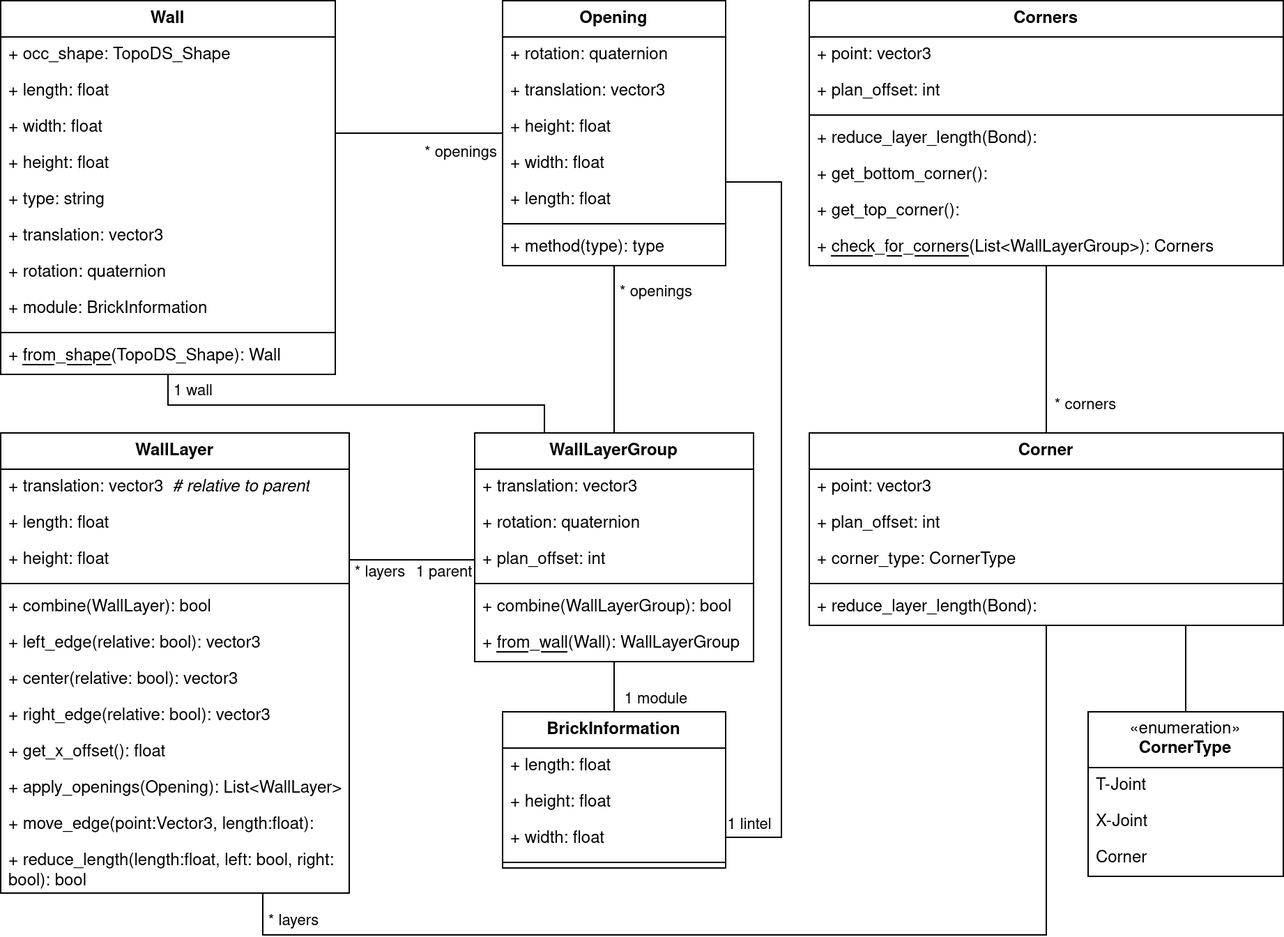
Above: txt/fig/klassendiagramm_corners.drawio.png in rossizero/masterarbeit (draw.io), before the change. Source tidied: cells renumbered, new cells last; positions are measured from the earlier drawing's top-left corner, leaving out a move shared by most shapes.
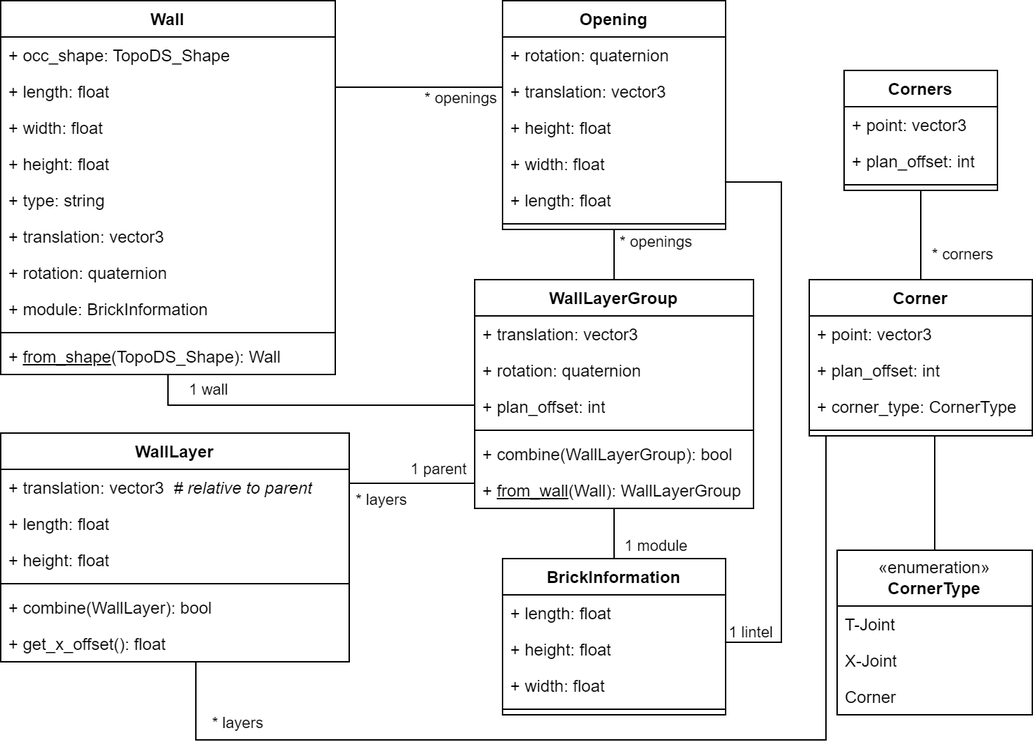
The same diagram one commit later.

Diff of the diagram source:
```diff
@@ -35,34 +35,29 @@
     <mxCell id="12" value="+ &lt;u&gt;from_shape&lt;/u&gt;(TopoDS_Shape): Wall" style="text;strokeColor=none;fillColor=none;align=left;verticalAlign=top;spacingLeft=4;spacingRight=4;overflow=hidden;whiteSpace=wrap;html=1;" parent="2" vertex="1">
       <mxGeometry y="242" width="240" height="26" as="geometry" />
     </mxCell>
-    <mxCell id="13" style="edgeStyle=orthogonalEdgeStyle;rounded=0;jettySize=auto;html=1;exitX=0.5;exitY=0;exitDx=0;exitDy=0;endArrow=none;endFill=0;" parent="1" edge="1" source="17" target="39">
-      <mxGeometry relative="1" as="geometry">
-        <Array as="points">
-          <mxPoint x="440" y="270" />
-          <mxPoint x="440" y="270" />
-        </Array>
-      </mxGeometry>
+    <mxCell id="13" style="edgeStyle=orthogonalEdgeStyle;rounded=0;jettySize=auto;html=1;endArrow=none;endFill=0;" parent="1" edge="1" source="17" target="39">
+      <mxGeometry relative="1" as="geometry" />
     </mxCell>
     <mxCell id="14" value="* openings" style="edgeLabel;html=1;align=center;verticalAlign=middle;" parent="13" vertex="1">
       <mxGeometry x="0.56" relative="1" as="geometry">
-        <mxPoint x="30" y="-8" as="offset" />
+        <mxPoint x="30" y="-1" as="offset" />
       </mxGeometry>
     </mxCell>
-    <mxCell id="15" style="edgeStyle=orthogonalEdgeStyle;rounded=0;jettySize=auto;html=1;exitX=0.25;exitY=0;exitDx=0;exitDy=0;entryX=0.5;entryY=1;entryDx=0;entryDy=0;endArrow=none;endFill=0;" parent="1" edge="1" source="17" target="2">
+    <mxCell id="15" style="edgeStyle=orthogonalEdgeStyle;rounded=0;jettySize=auto;html=1;exitX=0;exitY=0.5;exitDx=0;exitDy=0;entryX=0.5;entryY=1;entryDx=0;entryDy=0;endArrow=none;endFill=0;" parent="1" edge="1" source="19" target="2">
       <mxGeometry relative="1" as="geometry">
         <Array as="points">
-          <mxPoint x="390" y="290" />
+          <mxPoint x="340" y="290" />
           <mxPoint x="120" y="290" />
         </Array>
       </mxGeometry>
     </mxCell>
     <mxCell id="16" value="1 wall" style="edgeLabel;html=1;align=center;verticalAlign=middle;" parent="15" vertex="1">
       <mxGeometry x="0.29" y="-2" relative="1" as="geometry">
-        <mxPoint x="-72" y="-8" as="offset" />
+        <mxPoint x="-45" y="-9" as="offset" />
       </mxGeometry>
     </mxCell>
     <mxCell id="17" value="&lt;div&gt;WallLayerGroup&lt;/div&gt;" style="swimlane;fontStyle=1;align=center;verticalAlign=top;horizontal=1;startSize=26;whiteSpace=wrap;html=1;" parent="1" vertex="1">
-      <mxGeometry x="340" y="310" width="200" height="164" as="geometry" />
+      <mxGeometry x="340" y="200" width="200" height="164" as="geometry" />
     </mxCell>
     <mxCell id="18" value="+ translation: vector3" style="text;strokeColor=none;fillColor=none;align=left;verticalAlign=top;spacingLeft=4;spacingRight=4;overflow=hidden;whiteSpace=wrap;html=1;" parent="17" vertex="1">
       <mxGeometry y="26" width="200" height="26" as="geometry" />
@@ -83,7 +78,7 @@
       <mxGeometry y="138" width="200" height="26" as="geometry" />
     </mxCell>
     <mxCell id="24" value="WallLayer" style="swimlane;fontStyle=1;align=center;verticalAlign=top;horizontal=1;startSize=26;whiteSpace=wrap;html=1;" parent="1" vertex="1">
-      <mxGeometry y="310" width="250" height="330" as="geometry" />
+      <mxGeometry y="310" width="250" height="164" as="geometry" />
     </mxCell>
     <mxCell id="25" value="&lt;div&gt;+ translation: vector3&amp;nbsp; &lt;i&gt;# relative to parent&lt;/i&gt;&lt;br&gt;&lt;/div&gt;" style="text;strokeColor=none;fillColor=none;align=left;verticalAlign=top;spacingLeft=4;spacingRight=4;overflow=hidden;whiteSpace=wrap;html=1;" parent="24" vertex="1">
       <mxGeometry y="26" width="250" height="26" as="geometry" />
@@ -100,45 +95,25 @@
     <mxCell id="29" value="+ combine(WallLayer): bool" style="text;strokeColor=none;fillColor=none;align=left;verticalAlign=top;spacingLeft=4;spacingRight=4;overflow=hidden;whiteSpace=wrap;html=1;" parent="24" vertex="1">
       <mxGeometry y="112" width="250" height="26" as="geometry" />
     </mxCell>
-    <mxCell id="30" value="+ left_edge(relative: bool): vector3" style="text;strokeColor=none;fillColor=none;align=left;verticalAlign=top;spacingLeft=4;spacingRight=4;overflow=hidden;whiteSpace=wrap;html=1;" parent="24" vertex="1">
-      <mxGeometry y="138" width="250" height="26" as="geometry" />
-    </mxCell>
-    <mxCell id="31" value="+ center(relative: bool): vector3" style="text;strokeColor=none;fillColor=none;align=left;verticalAlign=top;spacingLeft=4;spacingRight=4;overflow=hidden;whiteSpace=wrap;html=1;" parent="24" vertex="1">
-      <mxGeometry y="164" width="250" height="26" as="geometry" />
-    </mxCell>
-    <mxCell id="32" value="+ right_edge(relative: bool): vector3" style="text;strokeColor=none;fillColor=none;align=left;verticalAlign=top;spacingLeft=4;spacingRight=4;overflow=hidden;whiteSpace=wrap;html=1;" parent="24" vertex="1">
-      <mxGeometry y="190" width="250" height="26" as="geometry" />
-    </mxCell>
     <mxCell id="33" value="+ get_x_offset(): float" style="text;strokeColor=none;fillColor=none;align=left;verticalAlign=top;spacingLeft=4;spacingRight=4;overflow=hidden;whiteSpace=wrap;html=1;" parent="24" vertex="1">
-      <mxGeometry y="216" width="250" height="26" as="geometry" />
+      <mxGeometry y="138" width="250" height="26" as="geometry" />
     </mxCell>
-    <mxCell id="34" value="+ apply_openings(Opening): List&amp;lt;WallLayer&amp;gt;" style="text;strokeColor=none;fillColor=none;align=left;verticalAlign=top;spacingLeft=4;spacingRight=4;overflow=hidden;whiteSpace=wrap;html=1;" parent="24" vertex="1">
-      <mxGeometry y="242" width="250" height="26" as="geometry" />
-    </mxCell>
-    <mxCell id="35" value="+ move_edge(point:Vector3, length:float): " style="text;strokeColor=none;fillColor=none;align=left;verticalAlign=top;spacingLeft=4;spacingRight=4;overflow=hidden;whiteSpace=wrap;html=1;" parent="24" vertex="1">
-      <mxGeometry y="268" width="250" height="26" as="geometry" />
-    </mxCell>
-    <mxCell id="36" value="+ reduce_length(length:float, left: bool, right: bool): bool" style="text;strokeColor=none;fillColor=none;align=left;verticalAlign=top;spacingLeft=4;spacingRight=4;overflow=hidden;whiteSpace=wrap;html=1;" parent="24" vertex="1">
-      <mxGeometry y="294" width="250" height="36" as="geometry" />
-    </mxCell>
-    <mxCell id="37" style="edgeStyle=orthogonalEdgeStyle;rounded=0;jettySize=auto;html=1;entryX=1;entryY=0.5;entryDx=0;entryDy=0;exitX=1;exitY=0.5;exitDx=0;exitDy=0;endArrow=none;endFill=0;" parent="1" edge="1" source="42">
+    <mxCell id="37" style="edgeStyle=orthogonalEdgeStyle;rounded=0;jettySize=auto;html=1;exitX=1;exitY=0.5;exitDx=0;exitDy=0;endArrow=none;endFill=0;" parent="1" edge="1" source="42" target="55">
       <mxGeometry relative="1" as="geometry">
-        <mxPoint x="520" y="549" as="targetPoint" />
         <Array as="points">
           <mxPoint x="520" y="130" />
           <mxPoint x="560" y="130" />
-          <mxPoint x="560" y="600" />
-          <mxPoint x="520" y="600" />
+          <mxPoint x="560" y="460" />
         </Array>
       </mxGeometry>
     </mxCell>
     <mxCell id="38" value="1 lintel" style="edgeLabel;html=1;align=center;verticalAlign=middle;" parent="37" vertex="1">
       <mxGeometry x="0.58" y="1" relative="1" as="geometry">
-        <mxPoint x="-24" y="33" as="offset" />
+        <mxPoint x="-23" y="46" as="offset" />
       </mxGeometry>
     </mxCell>
     <mxCell id="39" value="Opening" style="swimlane;fontStyle=1;align=center;verticalAlign=top;horizontal=1;startSize=26;whiteSpace=wrap;html=1;" parent="1" vertex="1">
-      <mxGeometry x="360" width="160" height="190" as="geometry" />
+      <mxGeometry x="360" width="160" height="164" as="geometry" />
     </mxCell>
     <mxCell id="40" value="+ rotation: quaternion" style="text;strokeColor=none;fillColor=none;align=left;verticalAlign=top;spacingLeft=4;spacingRight=4;overflow=hidden;whiteSpace=wrap;html=1;" parent="39" vertex="1">
       <mxGeometry y="26" width="160" height="26" as="geometry" />
@@ -158,45 +133,41 @@
     <mxCell id="45" style="line;strokeWidth=1;fillColor=none;align=left;verticalAlign=middle;spacingTop=-1;spacingLeft=3;spacingRight=3;labelPosition=right;strokeColor=inherit;" parent="39" vertex="1">
       <mxGeometry y="156" width="160" height="8" as="geometry" />
     </mxCell>
-    <mxCell id="46" value="+ method(type): type" style="text;strokeColor=none;fillColor=none;align=left;verticalAlign=top;spacingLeft=4;spacingRight=4;overflow=hidden;whiteSpace=wrap;html=1;" parent="39" vertex="1">
-      <mxGeometry y="164" width="160" height="26" as="geometry" />
-    </mxCell>
-    <mxCell id="47" style="edgeStyle=orthogonalEdgeStyle;rounded=0;jettySize=auto;html=1;endArrow=none;endFill=0;" parent="1" edge="1" source="49" target="24">
+    <mxCell id="47" style="edgeStyle=orthogonalEdgeStyle;rounded=0;orthogonalLoop=1;jettySize=auto;html=1;endArrow=none;endFill=0;" parent="1" edge="1">
       <mxGeometry relative="1" as="geometry">
+        <mxPoint x="592" y="312" as="sourcePoint" />
+        <mxPoint x="140" y="474" as="targetPoint" />
         <Array as="points">
-          <mxPoint x="750" y="670" />
-          <mxPoint x="188" y="670" />
+          <mxPoint x="592" y="530" />
+          <mxPoint x="140" y="530" />
         </Array>
       </mxGeometry>
     </mxCell>
     <mxCell id="48" style="edgeStyle=orthogonalEdgeStyle;rounded=0;jettySize=auto;html=1;endArrow=none;endFill=0;" parent="1" edge="1" source="49" target="76">
       <mxGeometry relative="1" as="geometry">
         <Array as="points">
-          <mxPoint x="850" y="470" />
-          <mxPoint x="850" y="470" />
+          <mxPoint x="670" y="340" />
+          <mxPoint x="670" y="340" />
         </Array>
       </mxGeometry>
     </mxCell>
     <mxCell id="49" value="Corner" style="swimlane;fontStyle=1;align=center;verticalAlign=top;horizontal=1;startSize=26;whiteSpace=wrap;html=1;" parent="1" vertex="1">
-      <mxGeometry x="580" y="310" width="340" height="138" as="geometry" />
+      <mxGeometry x="580" y="200" width="160" height="112" as="geometry" />
     </mxCell>
     <mxCell id="50" value="+ point: vector3" style="text;strokeColor=none;fillColor=none;align=left;verticalAlign=top;spacingLeft=4;spacingRight=4;overflow=hidden;whiteSpace=wrap;html=1;" parent="49" vertex="1">
-      <mxGeometry y="26" width="340" height="26" as="geometry" />
+      <mxGeometry y="26" width="160" height="26" as="geometry" />
     </mxCell>
     <mxCell id="51" value="+ plan_offset: int" style="text;strokeColor=none;fillColor=none;align=left;verticalAlign=top;spacingLeft=4;spacingRight=4;overflow=hidden;whiteSpace=wrap;html=1;" parent="49" vertex="1">
-      <mxGeometry y="52" width="340" height="26" as="geometry" />
+      <mxGeometry y="52" width="160" height="26" as="geometry" />
     </mxCell>
     <mxCell id="52" value="+ corner_type: CornerType" style="text;strokeColor=none;fillColor=none;align=left;verticalAlign=top;spacingLeft=4;spacingRight=4;overflow=hidden;whiteSpace=wrap;html=1;" parent="49" vertex="1">
-      <mxGeometry y="78" width="340" height="26" as="geometry" />
+      <mxGeometry y="78" width="160" height="26" as="geometry" />
     </mxCell>
     <mxCell id="53" style="line;strokeWidth=1;fillColor=none;align=left;verticalAlign=middle;spacingTop=-1;spacingLeft=3;spacingRight=3;labelPosition=right;strokeColor=inherit;" parent="49" vertex="1">
-      <mxGeometry y="104" width="340" height="8" as="geometry" />
+      <mxGeometry y="104" width="160" height="8" as="geometry" />
     </mxCell>
-    <mxCell id="54" value="+ reduce_layer_length(Bond):" style="text;strokeColor=none;fillColor=none;align=left;verticalAlign=top;spacingLeft=4;spacingRight=4;overflow=hidden;whiteSpace=wrap;html=1;" parent="49" vertex="1">
-      <mxGeometry y="112" width="340" height="26" as="geometry" />
-    </mxCell>
     <mxCell id="55" value="BrickInformation" style="swimlane;fontStyle=1;align=center;verticalAlign=top;horizontal=1;startSize=26;whiteSpace=wrap;html=1;" parent="1" vertex="1">
-      <mxGeometry x="360" y="510" width="160" height="112" as="geometry" />
+      <mxGeometry x="360" y="400" width="160" height="112" as="geometry" />
     </mxCell>
     <mxCell id="56" value="+ length: float" style="text;strokeColor=none;fillColor=none;align=left;verticalAlign=top;spacingLeft=4;spacingRight=4;overflow=hidden;whiteSpace=wrap;html=1;" parent="55" vertex="1">
       <mxGeometry y="26" width="160" height="26" as="geometry" />
@@ -210,29 +181,32 @@
     <mxCell id="59" style="line;strokeWidth=1;fillColor=none;align=left;verticalAlign=middle;spacingTop=-1;spacingLeft=3;spacingRight=3;labelPosition=right;strokeColor=inherit;" parent="55" vertex="1">
       <mxGeometry y="104" width="160" height="8" as="geometry" />
     </mxCell>
-    <mxCell id="60" style="edgeStyle=orthogonalEdgeStyle;rounded=0;jettySize=auto;html=1;endArrow=none;endFill=0;entryX=1;entryY=0.5;entryDx=0;entryDy=0;exitX=0;exitY=0.5;exitDx=0;exitDy=0;" parent="1" edge="1" source="20" target="27">
+    <mxCell id="60" style="edgeStyle=orthogonalEdgeStyle;rounded=0;orthogonalLoop=1;jettySize=auto;html=1;endArrow=none;endFill=0;entryX=1;entryY=0.5;entryDx=0;entryDy=0;" parent="1" edge="1">
       <mxGeometry relative="1" as="geometry">
+        <mxPoint x="340" y="346" as="sourcePoint" />
+        <mxPoint x="250" y="377" as="targetPoint" />
         <Array as="points">
-          <mxPoint x="310" y="401" />
-          <mxPoint x="310" y="401" />
+          <mxPoint x="340" y="340" />
+          <mxPoint x="340" y="346" />
+          <mxPoint x="250" y="346" />
         </Array>
       </mxGeometry>
     </mxCell>
     <mxCell id="61" value="* layers" style="edgeLabel;html=1;align=center;verticalAlign=middle;" parent="60" vertex="1">
       <mxGeometry x="-0.91" relative="1" as="geometry">
-        <mxPoint x="-64" y="9" as="offset" />
+        <mxPoint x="-67" y="17" as="offset" />
       </mxGeometry>
     </mxCell>
     <mxCell id="62" value="1 parent" style="edgeLabel;html=1;align=center;verticalAlign=middle;" parent="60" vertex="1">
       <mxGeometry x="0.95" y="1" relative="1" as="geometry">
-        <mxPoint x="66" y="8" as="offset" />
+        <mxPoint x="63" y="-38" as="offset" />
       </mxGeometry>
     </mxCell>
     <mxCell id="63" style="edgeStyle=orthogonalEdgeStyle;rounded=0;jettySize=auto;html=1;endArrow=none;endFill=0;" parent="1" edge="1" source="2" target="39">
       <mxGeometry relative="1" as="geometry">
         <Array as="points">
-          <mxPoint x="250" y="95" />
-          <mxPoint x="250" y="95" />
+          <mxPoint x="280" y="62" />
+          <mxPoint x="280" y="62" />
         </Array>
       </mxGeometry>
     </mxCell>
@@ -249,35 +223,23 @@
     </mxCell>
     <mxCell id="67" value="* corners" style="edgeLabel;html=1;align=center;verticalAlign=middle;" parent="66" vertex="1">
       <mxGeometry x="0.27" y="1" relative="1" as="geometry">
-        <mxPoint x="27" y="24" as="offset" />
+        <mxPoint x="29" y="5" as="offset" />
       </mxGeometry>
     </mxCell>
     <mxCell id="68" value="Corners" style="swimlane;fontStyle=1;align=center;verticalAlign=top;horizontal=1;startSize=26;whiteSpace=wrap;html=1;" parent="1" vertex="1">
-      <mxGeometry x="580" width="340" height="190" as="geometry" />
+      <mxGeometry x="605" y="50" width="110" height="86" as="geometry" />
     </mxCell>
     <mxCell id="69" value="+ point: vector3" style="text;strokeColor=none;fillColor=none;align=left;verticalAlign=top;spacingLeft=4;spacingRight=4;overflow=hidden;whiteSpace=wrap;html=1;" parent="68" vertex="1">
-      <mxGeometry y="26" width="340" height="26" as="geometry" />
+      <mxGeometry y="26" width="110" height="26" as="geometry" />
     </mxCell>
     <mxCell id="70" value="+ plan_offset: int" style="text;strokeColor=none;fillColor=none;align=left;verticalAlign=top;spacingLeft=4;spacingRight=4;overflow=hidden;whiteSpace=wrap;html=1;" parent="68" vertex="1">
-      <mxGeometry y="52" width="340" height="26" as="geometry" />
+      <mxGeometry y="52" width="110" height="26" as="geometry" />
     </mxCell>
     <mxCell id="71" style="line;strokeWidth=1;fillColor=none;align=left;verticalAlign=middle;spacingTop=-1;spacingLeft=3;spacingRight=3;labelPosition=right;strokeColor=inherit;" parent="68" vertex="1">
-      <mxGeometry y="78" width="340" height="8" as="geometry" />
+      <mxGeometry y="78" width="110" height="8" as="geometry" />
     </mxCell>
-    <mxCell id="72" value="+ reduce_layer_length(Bond):" style="text;strokeColor=none;fillColor=none;align=left;verticalAlign=top;spacingLeft=4;spacingRight=4;overflow=hidden;whiteSpace=wrap;html=1;" parent="68" vertex="1">
-      <mxGeometry y="86" width="340" height="26" as="geometry" />
-    </mxCell>
-    <mxCell id="73" value="+ get_bottom_corner():" style="text;strokeColor=none;fillColor=none;align=left;verticalAlign=top;spacingLeft=4;spacingRight=4;overflow=hidden;whiteSpace=wrap;html=1;" parent="68" vertex="1">
-      <mxGeometry y="112" width="340" height="26" as="geometry" />
-    </mxCell>
-    <mxCell id="74" value="+ get_top_corner():" style="text;strokeColor=none;fillColor=none;align=left;verticalAlign=top;spacingLeft=4;spacingRight=4;overflow=hidden;whiteSpace=wrap;html=1;" parent="68" vertex="1">
-      <mxGeometry y="138" width="340" height="26" as="geometry" />
-    </mxCell>
-    <mxCell id="75" value="+ &lt;u&gt;check_for_corners&lt;/u&gt;(List&amp;lt;WallLayerGroup&amp;gt;): Corners" style="text;strokeColor=none;fillColor=none;align=left;verticalAlign=top;spacingLeft=4;spacingRight=4;overflow=hidden;whiteSpace=wrap;html=1;" parent="68" vertex="1">
-      <mxGeometry y="164" width="340" height="26" as="geometry" />
-    </mxCell>
     <mxCell id="76" value="&lt;div&gt;«enumeration»&lt;/div&gt;&lt;div&gt;&lt;b&gt;CornerType&lt;/b&gt;&lt;/div&gt;" style="swimlane;fontStyle=0;horizontal=1;startSize=40;fillColor=none;whiteSpace=wrap;html=1;" parent="1" vertex="1">
-      <mxGeometry x="780" y="510" width="140" height="118" as="geometry" />
+      <mxGeometry x="600" y="394" width="140" height="118" as="geometry" />
     </mxCell>
     <mxCell id="77" value="T-Joint" style="text;strokeColor=none;fillColor=none;align=left;verticalAlign=top;spacingLeft=4;spacingRight=4;overflow=hidden;whiteSpace=wrap;html=1;" parent="76" vertex="1">
       <mxGeometry y="40" width="140" height="26" as="geometry" />
@@ -289,10 +251,10 @@
       <mxGeometry y="92" width="140" height="26" as="geometry" />
     </mxCell>
     <mxCell id="80" value="* openings" style="edgeLabel;html=1;align=center;verticalAlign=middle;" parent="1" vertex="1">
-      <mxGeometry x="330" y="109" as="geometry" />
+      <mxGeometry x="330" y="70" as="geometry" />
     </mxCell>
     <mxCell id="81" value="* layers" style="edgeLabel;html=1;align=center;verticalAlign=middle;" parent="1" vertex="1">
-      <mxGeometry x="210" y="660" as="geometry" />
+      <mxGeometry x="170" y="518" as="geometry" />
     </mxCell>
   </root>
 </mxGraphModel>
```
